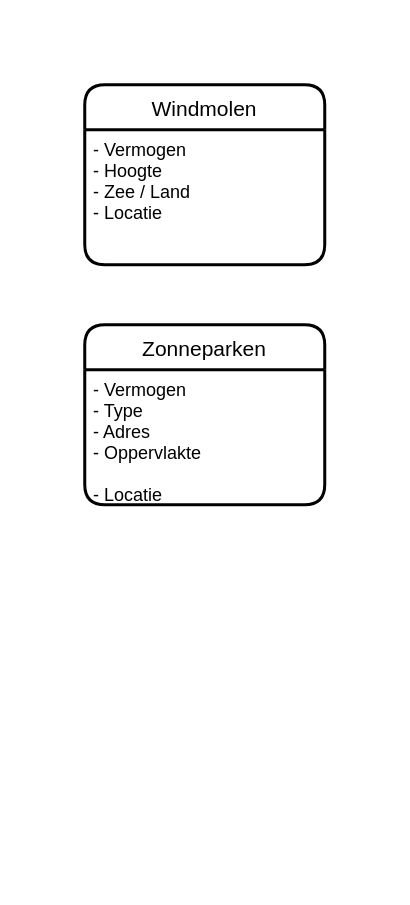
Geonovum/VIVET-Werkomgeving keeps this draw.io diagram as Modellen/Untitled Diagram.drawio. Above is the earlier version. Source tidied: cells renumbered, new cells numbered last; positions are measured from the earlier drawing's top-left corner, leaving out a move shared by most shapes. Both pictures are drawn from the tidied source at 150%, with x=0, y=0 at pixel (84, 84).
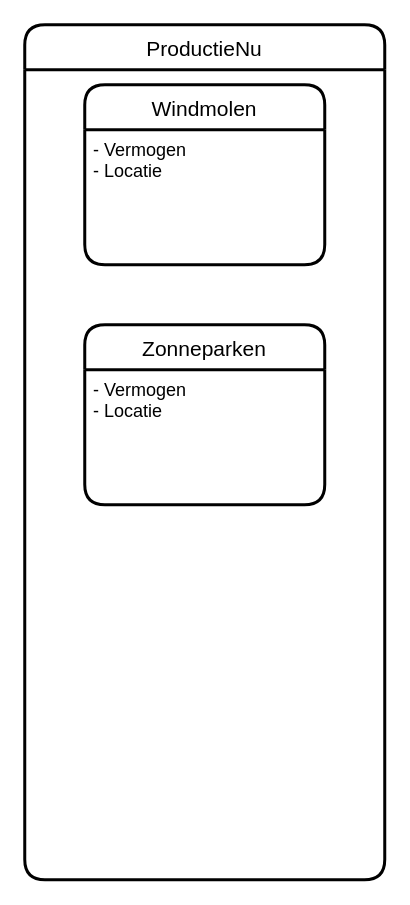
The same page after the edit.

Diff of the diagram source:
```diff
@@
 <mxGraphModel>
   <root>
     <mxCell id="0" />
     <mxCell id="1" parent="0" />
     <mxCell id="2" value="Windmolen" style="swimlane;horizontal=1;startSize=30;rounded=1;fontSize=14;fontStyle=0;strokeWidth=2;shadow=0;dashed=0;align=center;" parent="1" vertex="1">
       <mxGeometry width="160" height="120" as="geometry" />
     </mxCell>
-    <mxCell id="3" value="- Vermogen&#10;- Hoogte&#10;- Zee / Land&#10;- Locatie&#10;" style="align=left;strokeColor=none;fillColor=none;spacingLeft=4;fontSize=12;verticalAlign=top;" parent="2" vertex="1">
+    <mxCell id="3" value="- Vermogen&#10;- Locatie&#10;" style="align=left;strokeColor=none;fillColor=none;spacingLeft=4;fontSize=12;verticalAlign=top;" parent="2" vertex="1">
       <mxGeometry y="30" width="160" height="90" as="geometry" />
     </mxCell>
     <mxCell id="4" value="Zonneparken" style="swimlane;horizontal=1;startSize=30;rounded=1;fontSize=14;fontStyle=0;strokeWidth=2;shadow=0;dashed=0;align=center;" parent="1" vertex="1">
       <mxGeometry y="160" width="160" height="120" as="geometry" />
     </mxCell>
-    <mxCell id="5" value="- Vermogen&#10;- Type&#10;- Adres&#10;- Oppervlakte&#10;&#10;- Locatie&#10;" style="align=left;strokeColor=none;fillColor=none;spacingLeft=4;fontSize=12;verticalAlign=top;" parent="4" vertex="1">
+    <mxCell id="5" value="- Vermogen&#10;- Locatie&#10;" style="align=left;strokeColor=none;fillColor=none;spacingLeft=4;fontSize=12;verticalAlign=top;" parent="4" vertex="1">
       <mxGeometry y="30" width="160" height="90" as="geometry" />
     </mxCell>
+    <mxCell id="6" value="ProductieNu" style="swimlane;horizontal=1;startSize=30;rounded=1;fontSize=14;fontStyle=0;strokeWidth=2;shadow=0;dashed=0;align=center;" parent="1" vertex="1">
+      <mxGeometry x="-40" y="-40" width="240" height="570" as="geometry" />
+    </mxCell>
   </root>
 </mxGraphModel>
```
